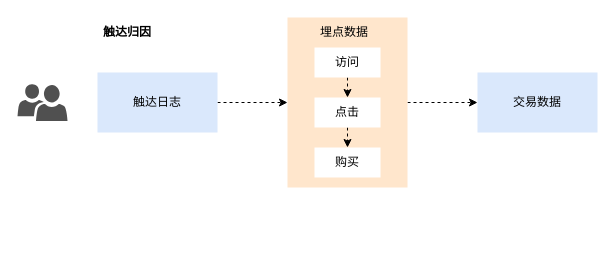
Before: mt触达归因.drawio in mineminemine123/work-wiki, a draw.io diagram. Source tidied: cells renumbered, new cells numbered last; positions are measured from the earlier drawing's top-left corner, leaving out a move shared by most shapes. Both pictures are drawn from the tidied source at 100%, with x=0, y=0 at pixel (17, 17).
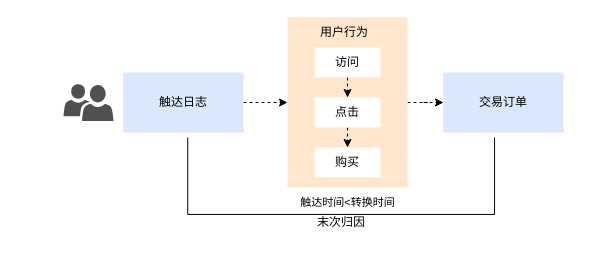
Above is the later version.

Commit message:
更新mt触达归因.drawio

Diff of the diagram source:
```diff
@@
 <mxGraphModel>
   <root>
     <mxCell id="0" />
     <mxCell id="1" parent="0" />
     <mxCell id="2" style="shadow=0;dashed=0;html=1;strokeColor=none;labelPosition=center;verticalLabelPosition=bottom;verticalAlign=top;align=center;fillColor=#505050;shape=mxgraph.mscae.intune.user_group;hachureGap=4;fontFamily=微软雅黑;fontSize=20;" parent="1" vertex="1">
-      <mxGeometry y="66.5" width="50" height="37" as="geometry" />
+      <mxGeometry x="46" y="66.5" width="50" height="37" as="geometry" />
     </mxCell>
     <mxCell id="3" style="edgeStyle=orthogonalEdgeStyle;rounded=0;jettySize=auto;html=1;exitX=1;exitY=0.5;exitDx=0;exitDy=0;dashed=1;fontFamily=微软雅黑;" parent="1" edge="1" source="4" target="6">
       <mxGeometry relative="1" as="geometry" />
     </mxCell>
     <mxCell id="4" value="触达日志" style="rounded=0;whiteSpace=wrap;html=1;strokeColor=none;fillColor=#dae8fc;fontFamily=微软雅黑;" parent="1" vertex="1">
-      <mxGeometry x="80" y="55" width="120" height="60" as="geometry" />
+      <mxGeometry x="106" y="55" width="120" height="60" as="geometry" />
     </mxCell>
     <mxCell id="5" style="edgeStyle=orthogonalEdgeStyle;rounded=0;jettySize=auto;html=1;exitX=1;exitY=0.5;exitDx=0;exitDy=0;dashed=1;fontFamily=微软雅黑;" parent="1" edge="1" source="6" target="7">
       <mxGeometry relative="1" as="geometry" />
     </mxCell>
     <mxCell id="6" style="rounded=0;whiteSpace=wrap;html=1;fillColor=#ffe6cc;strokeColor=none;fontFamily=微软雅黑;" parent="1" vertex="1">
       <mxGeometry x="270" width="120" height="170" as="geometry" />
     </mxCell>
-    <mxCell id="7" value="交易数据" style="rounded=0;whiteSpace=wrap;html=1;strokeColor=none;fillColor=#dae8fc;fontFamily=微软雅黑;" parent="1" vertex="1">
-      <mxGeometry x="460" y="55" width="120" height="60" as="geometry" />
+    <mxCell id="7" value="交易订单" style="rounded=0;whiteSpace=wrap;html=1;strokeColor=none;fillColor=#dae8fc;fontFamily=微软雅黑;" parent="1" vertex="1">
+      <mxGeometry x="426" y="55" width="120" height="60" as="geometry" />
     </mxCell>
     <mxCell id="8" style="edgeStyle=orthogonalEdgeStyle;rounded=0;jettySize=auto;html=1;exitX=0.5;exitY=1;exitDx=0;exitDy=0;entryX=0.5;entryY=0;entryDx=0;entryDy=0;dashed=1;fontFamily=微软雅黑;" parent="1" edge="1" source="9" target="11">
       <mxGeometry relative="1" as="geometry" />
     </mxCell>
     <mxCell id="9" value="访问" style="rounded=0;whiteSpace=wrap;html=1;strokeColor=none;fontFamily=微软雅黑;" parent="1" vertex="1">
       <mxGeometry x="297" y="30" width="66" height="30" as="geometry" />
     </mxCell>
     <mxCell id="10" style="edgeStyle=orthogonalEdgeStyle;rounded=0;jettySize=auto;html=1;exitX=0.5;exitY=1;exitDx=0;exitDy=0;entryX=0.5;entryY=0;entryDx=0;entryDy=0;dashed=1;fontFamily=微软雅黑;" parent="1" edge="1" source="11" target="12">
       <mxGeometry relative="1" as="geometry" />
     </mxCell>
     <mxCell id="11" value="点击" style="rounded=0;whiteSpace=wrap;html=1;strokeColor=none;fontFamily=微软雅黑;" parent="1" vertex="1">
       <mxGeometry x="297" y="80" width="66" height="30" as="geometry" />
     </mxCell>
     <mxCell id="12" value="购买" style="rounded=0;whiteSpace=wrap;html=1;strokeColor=none;fontFamily=微软雅黑;" parent="1" vertex="1">
       <mxGeometry x="297" y="130" width="66" height="30" as="geometry" />
     </mxCell>
-    <mxCell id="13" value="埋点数据" style="text;html=1;strokeColor=none;fillColor=none;align=center;verticalAlign=middle;whiteSpace=wrap;rounded=0;fontFamily=微软雅黑;" parent="1" vertex="1">
+    <mxCell id="13" value="用户行为" style="text;html=1;strokeColor=none;fillColor=none;align=center;verticalAlign=middle;whiteSpace=wrap;rounded=0;fontFamily=微软雅黑;" parent="1" vertex="1">
       <mxGeometry x="297" width="60" height="30" as="geometry" />
     </mxCell>
-    <mxCell id="14" value="&lt;b&gt;触达归因&lt;/b&gt;" style="text;html=1;strokeColor=none;fillColor=none;align=center;verticalAlign=middle;whiteSpace=wrap;rounded=0;fontFamily=微软雅黑;" parent="1" vertex="1">
-      <mxGeometry x="80" width="60" height="30" as="geometry" />
-    </mxCell>
+    <mxCell id="15" style="strokeWidth=1;html=1;shape=mxgraph.flowchart.annotation_1;align=left;rotation=-90;fontFamily=微软雅黑;" parent="1" vertex="1">
+      <mxGeometry x="285.2" y="5.1" width="76.9" height="306.8" as="geometry" />
+    </mxCell>
+    <mxCell id="16" value="末次归因" style="text;html=1;strokeColor=none;fillColor=none;align=center;verticalAlign=middle;whiteSpace=wrap;rounded=0;fontFamily=微软雅黑;" parent="1" vertex="1">
+      <mxGeometry x="293.6" y="190" width="60" height="30" as="geometry" />
+    </mxCell>
+    <mxCell id="17" value="&lt;font style=&quot;font-size: 11px;&quot;&gt;触达时间&amp;lt;转换时间&lt;/font&gt;" style="text;html=1;strokeColor=none;fillColor=none;align=center;verticalAlign=middle;whiteSpace=wrap;rounded=0;fontFamily=微软雅黑;" parent="1" vertex="1">
+      <mxGeometry x="275.5" y="170" width="109" height="30" as="geometry" />
+    </mxCell>
   </root>
 </mxGraphModel>
```
